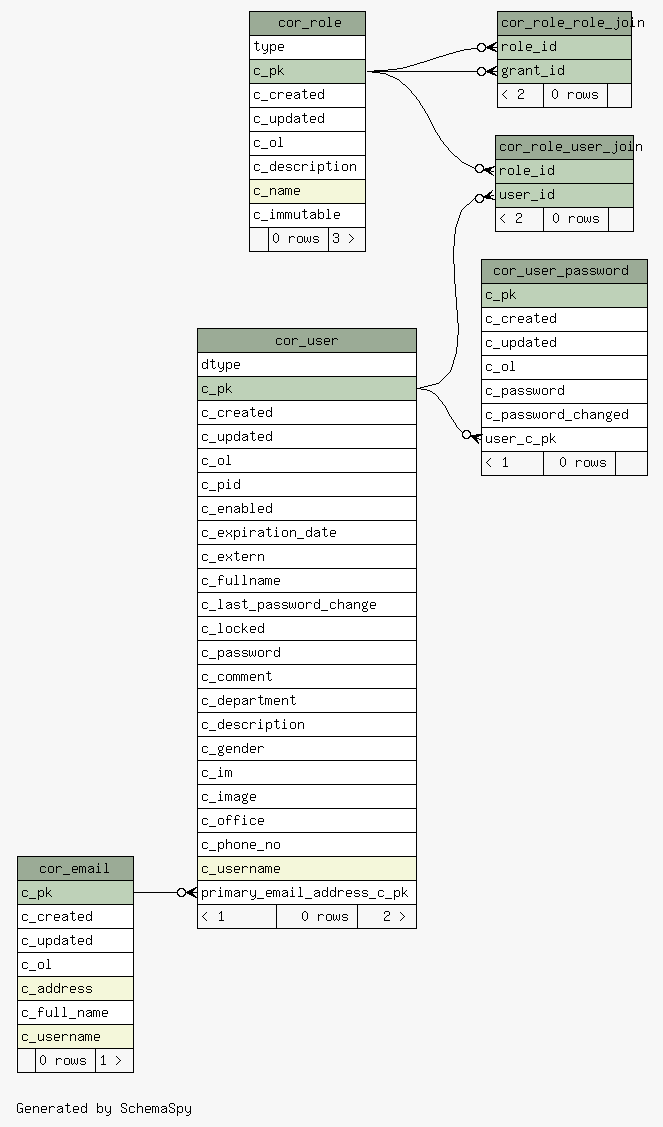
Before: schemaspy/diagrams/summary/relationships.real.large.png, a diagram exported from Graphviz (openwms/org.openwms.core.uaa). Its source is kept beside it as schemaspy/diagrams/summary/relationships.real.large.dot.
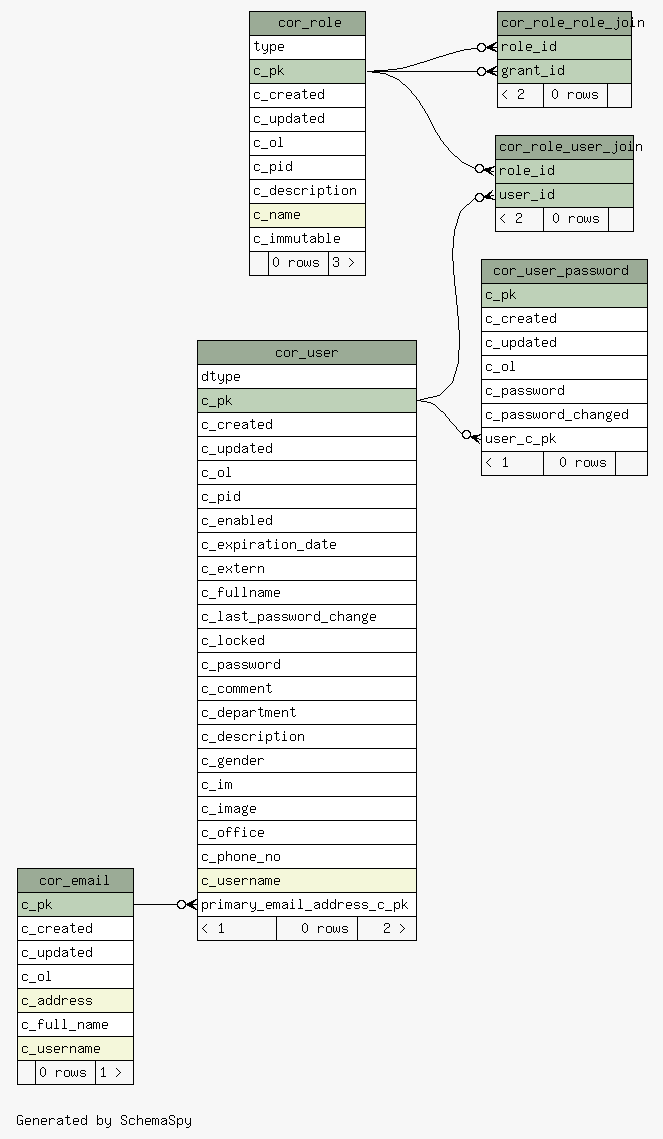
After the change.

Diff of the diagram source:
```diff
@@ -42,6 +42,7 @@
       <TR><TD PORT="c_created" COLSPAN="3" ALIGN="LEFT">c_created</TD></TR>
       <TR><TD PORT="c_updated" COLSPAN="3" ALIGN="LEFT">c_updated</TD></TR>
       <TR><TD PORT="c_ol" COLSPAN="3" ALIGN="LEFT">c_ol</TD></TR>
+      <TR><TD PORT="c_pid" COLSPAN="3" ALIGN="LEFT">c_pid</TD></TR>
       <TR><TD PORT="c_description" COLSPAN="3" ALIGN="LEFT">c_description</TD></TR>
       <TR><TD PORT="c_name" COLSPAN="3" BGCOLOR="#f4f7da" ALIGN="LEFT">c_name</TD></TR>
       <TR><TD PORT="c_immutable" COLSPAN="3" ALIGN="LEFT">c_immutable</TD></TR>
```
